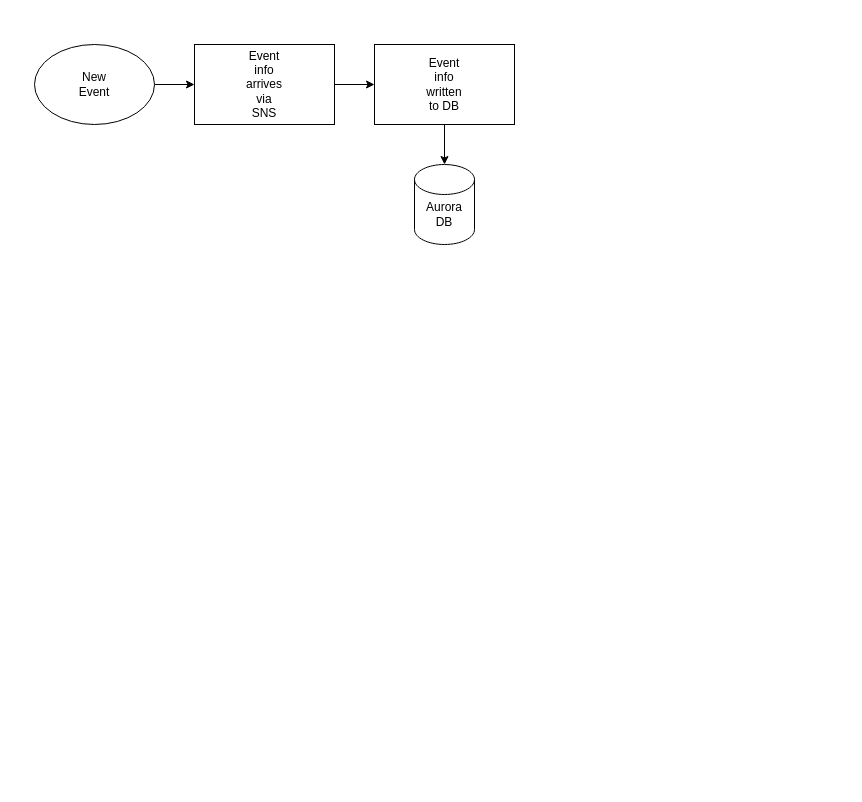
Above: Untitled Diagram.drawio in mhearne-usgs/shakemap_aws_queue (draw.io), before the change. Source tidied: cells renumbered, new cells numbered last; positions are measured from the earlier drawing's top-left corner, leaving out a move shared by most shapes. Both pictures are drawn from the tidied source at 100%, with x=0, y=0 at pixel (34, 44).
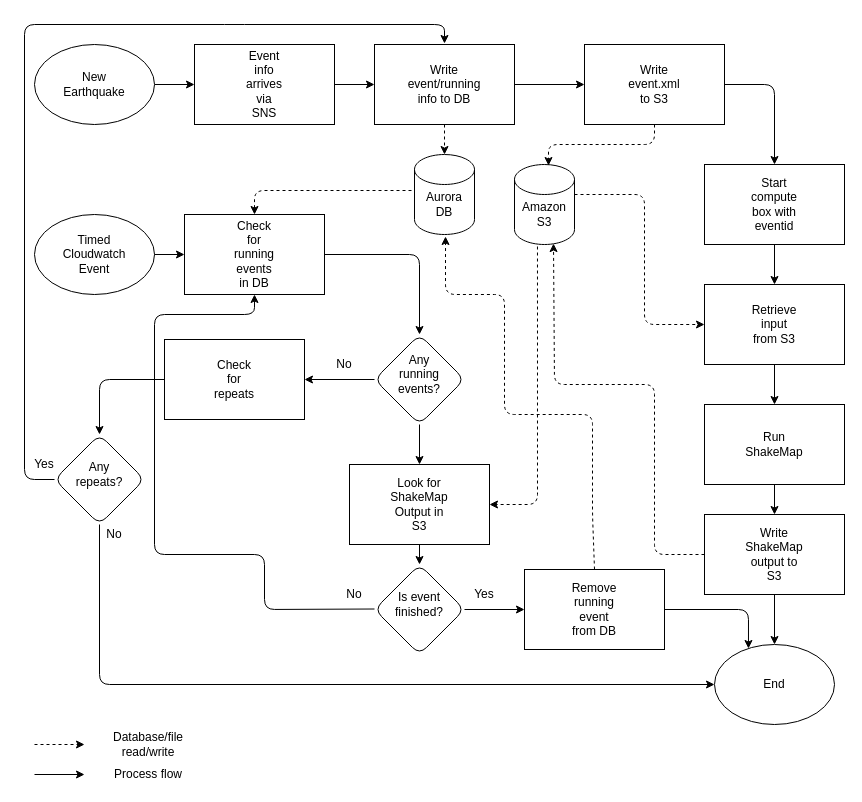
After the change.

Unchanged cells that the change refers to:
```xml
<mxCell id="7" style="rounded=0;whiteSpace=wrap;html=1;" parent="6" vertex="1">
  <mxGeometry width="140" height="80" as="geometry" />
</mxCell>
<mxCell id="9" style="group;" parent="1" vertex="1">
  <mxGeometry x="340" width="140" height="80" as="geometry" />
</mxCell>
<mxCell id="10" style="rounded=0;whiteSpace=wrap;html=1;" parent="9" vertex="1">
  <mxGeometry width="140" height="80" as="geometry" />
</mxCell>
<mxCell id="15" style="shape=cylinder2;whiteSpace=wrap;html=1;boundedLbl=1;backgroundOutline=1;size=15;" parent="14" vertex="1">
  <mxGeometry width="60" height="80" as="geometry" />
</mxCell>
```

The edit, as a diff of the source:
```diff
@@
-    <mxCell id="2" style="group;" parent="1" vertex="1">
-      <mxGeometry width="120" height="80" as="geometry" />
-    </mxCell>
-    <mxCell id="3" style="ellipse;whiteSpace=wrap;html=1;" parent="2" vertex="1">
-      <mxGeometry width="120" height="80" as="geometry" />
-    </mxCell>
-    <mxCell id="4" value="New Event" style="text;html=1;strokeColor=none;fillColor=none;align=center;verticalAlign=middle;whiteSpace=wrap;rounded=0;" parent="2" vertex="1">
-      <mxGeometry x="40" y="30" width="40" height="20" as="geometry" />
-    </mxCell>
-    <mxCell id="5" style="endArrow=classic;html=1;exitX=1;exitY=0.5;exitDx=0;exitDy=0;entryX=0;entryY=0.5;entryDx=0;entryDy=0;" parent="1" edge="1" source="3" target="7">
-      <mxGeometry relative="1" as="geometry" />
+    <mxCell id="5" style="endArrow=classic;html=1;exitX=1;exitY=0.5;exitDx=0;exitDy=0;entryX=0;entryY=0.5;entryDx=0;entryDy=0;" parent="1" edge="1" target="7">
+      <mxGeometry relative="1" as="geometry">
+        <mxPoint x="120" y="40" as="sourcePoint" />
+      </mxGeometry>
     </mxCell>
@@
-    <mxCell id="11" value="Event info written to DB" style="text;html=1;strokeColor=none;fillColor=none;align=center;verticalAlign=middle;whiteSpace=wrap;rounded=0;" parent="9" vertex="1">
+    <mxCell id="11" value="Write event/running info to DB" style="text;html=1;strokeColor=none;fillColor=none;align=center;verticalAlign=middle;whiteSpace=wrap;rounded=0;" parent="9" vertex="1">
       <mxGeometry x="50" y="30" width="40" height="20" as="geometry" />
     </mxCell>
@@
-    <mxCell id="13" style="endArrow=classic;html=1;exitX=0.5;exitY=1;exitDx=0;exitDy=0;" parent="1" edge="1" source="10" target="15">
+    <mxCell id="13" style="endArrow=classic;html=1;exitX=0.5;exitY=1;exitDx=0;exitDy=0;dashed=1;" parent="1" edge="1" source="10" target="15">
       <mxGeometry relative="1" as="geometry" />
     </mxCell>
     <mxCell id="14" style="group;" parent="1" vertex="1">
-      <mxGeometry x="380" y="120" width="60" height="80" as="geometry" />
+      <mxGeometry x="380" y="110" width="60" height="80" as="geometry" />
     </mxCell>
@@
+    <mxCell id="17" style="endArrow=classic;html=1;exitX=1;exitY=0.5;exitDx=0;exitDy=0;entryX=0;entryY=0.5;entryDx=0;entryDy=0;" parent="1" edge="1" source="10" target="19">
+      <mxGeometry relative="1" as="geometry" />
+    </mxCell>
+    <mxCell id="18" style="group;" parent="1" vertex="1">
+      <mxGeometry x="550" width="140" height="80" as="geometry" />
+    </mxCell>
+    <mxCell id="19" style="rounded=0;whiteSpace=wrap;html=1;" parent="18" vertex="1">
+      <mxGeometry width="140" height="80" as="geometry" />
+    </mxCell>
+    <mxCell id="20" value="Write event.xml to S3" style="text;html=1;strokeColor=none;fillColor=none;align=center;verticalAlign=middle;whiteSpace=wrap;rounded=0;" parent="18" vertex="1">
+      <mxGeometry x="50" y="30" width="40" height="20" as="geometry" />
+    </mxCell>
+    <mxCell id="21" style="group;" parent="1" vertex="1">
+      <mxGeometry x="480" y="120" width="60" height="80" as="geometry" />
+    </mxCell>
+    <mxCell id="22" style="shape=cylinder2;whiteSpace=wrap;html=1;boundedLbl=1;backgroundOutline=1;size=15;" parent="21" vertex="1">
+      <mxGeometry width="60" height="80" as="geometry" />
+    </mxCell>
+    <mxCell id="23" value="Amazon S3" style="text;html=1;strokeColor=none;fillColor=none;align=center;verticalAlign=middle;whiteSpace=wrap;rounded=0;" parent="21" vertex="1">
+      <mxGeometry x="10" y="40" width="40" height="20" as="geometry" />
+    </mxCell>
+    <mxCell id="24" style="endArrow=classic;html=1;exitX=0.5;exitY=1;exitDx=0;exitDy=0;entryX=0.567;entryY=0.013;entryDx=0;entryDy=0;entryPerimeter=0;dashed=1;" parent="1" edge="1" source="19" target="22">
+      <mxGeometry relative="1" as="geometry">
+        <Array as="points">
+          <mxPoint x="620" y="100" />
+          <mxPoint x="514" y="100" />
+        </Array>
+      </mxGeometry>
+    </mxCell>
+    <mxCell id="25" style="endArrow=classic;html=1;exitX=1;exitY=0.5;exitDx=0;exitDy=0;entryX=0.5;entryY=0;entryDx=0;entryDy=0;" parent="1" edge="1" source="19" target="27">
+      <mxGeometry relative="1" as="geometry">
+        <Array as="points">
+          <mxPoint x="740" y="40" />
+        </Array>
+      </mxGeometry>
+    </mxCell>
+    <mxCell id="26" style="group;" parent="1" vertex="1">
+      <mxGeometry x="670" y="120" width="140" height="80" as="geometry" />
+    </mxCell>
+    <mxCell id="27" style="rounded=0;whiteSpace=wrap;html=1;" parent="26" vertex="1">
+      <mxGeometry width="140" height="80" as="geometry" />
+    </mxCell>
+    <mxCell id="28" value="Start compute box with eventid&lt;br&gt;" style="text;html=1;strokeColor=none;fillColor=none;align=center;verticalAlign=middle;whiteSpace=wrap;rounded=0;" parent="26" vertex="1">
+      <mxGeometry x="50" y="30" width="40" height="20" as="geometry" />
+    </mxCell>
+    <mxCell id="29" style="group;rounded=1;glass=1;" parent="1" vertex="1">
+      <mxGeometry x="670" y="360" width="140" height="80" as="geometry" />
+    </mxCell>
+    <mxCell id="30" style="rounded=0;whiteSpace=wrap;html=1;" parent="29" vertex="1">
+      <mxGeometry width="140" height="80" as="geometry" />
+    </mxCell>
+    <mxCell id="31" value="Run ShakeMap" style="text;html=1;strokeColor=none;fillColor=none;align=center;verticalAlign=middle;whiteSpace=wrap;rounded=0;" parent="29" vertex="1">
+      <mxGeometry x="50" y="30" width="40" height="20" as="geometry" />
+    </mxCell>
+    <mxCell id="32" style="endArrow=classic;html=1;exitX=1;exitY=0.375;exitDx=0;exitDy=0;exitPerimeter=0;entryX=0;entryY=0.5;entryDx=0;entryDy=0;dashed=1;" parent="1" edge="1" source="22" target="35">
+      <mxGeometry relative="1" as="geometry">
+        <Array as="points">
+          <mxPoint x="610" y="150" />
+          <mxPoint x="610" y="280" />
+        </Array>
+      </mxGeometry>
+    </mxCell>
+    <mxCell id="33" style="endArrow=classic;html=1;entryX=0.5;entryY=0;entryDx=0;entryDy=0;exitX=0.5;exitY=1;exitDx=0;exitDy=0;" parent="1" edge="1" source="27" target="35">
+      <mxGeometry relative="1" as="geometry" />
+    </mxCell>
+    <mxCell id="34" style="group;rounded=1;glass=1;" parent="1" vertex="1">
+      <mxGeometry x="670" y="240" width="140" height="80" as="geometry" />
+    </mxCell>
+    <mxCell id="35" style="rounded=0;whiteSpace=wrap;html=1;" parent="34" vertex="1">
+      <mxGeometry width="140" height="80" as="geometry" />
+    </mxCell>
+    <mxCell id="36" value="Retrieve input from S3" style="text;html=1;strokeColor=none;fillColor=none;align=center;verticalAlign=middle;whiteSpace=wrap;rounded=0;" parent="34" vertex="1">
+      <mxGeometry x="50" y="30" width="40" height="20" as="geometry" />
+    </mxCell>
+    <mxCell id="37" style="endArrow=classic;html=1;entryX=0.5;entryY=0;entryDx=0;entryDy=0;exitX=0.5;exitY=1;exitDx=0;exitDy=0;" parent="1" edge="1" source="35" target="30">
+      <mxGeometry relative="1" as="geometry" />
+    </mxCell>
+    <mxCell id="38" style="group;rounded=1;glass=1;" parent="1" vertex="1">
+      <mxGeometry x="670" y="470" width="140" height="80" as="geometry" />
+    </mxCell>
+    <mxCell id="39" style="rounded=0;whiteSpace=wrap;html=1;" parent="38" vertex="1">
+      <mxGeometry width="140" height="80" as="geometry" />
+    </mxCell>
+    <mxCell id="40" value="Write ShakeMap output to S3" style="text;html=1;strokeColor=none;fillColor=none;align=center;verticalAlign=middle;whiteSpace=wrap;rounded=0;" parent="38" vertex="1">
+      <mxGeometry x="50" y="30" width="40" height="20" as="geometry" />
+    </mxCell>
+    <mxCell id="41" style="endArrow=classic;html=1;entryX=0.5;entryY=0;entryDx=0;entryDy=0;exitX=0.5;exitY=1;exitDx=0;exitDy=0;" parent="1" edge="1" source="30" target="39">
+      <mxGeometry relative="1" as="geometry" />
+    </mxCell>
+    <mxCell id="42" style="endArrow=classic;html=1;exitX=0;exitY=0.5;exitDx=0;exitDy=0;entryX=0.65;entryY=0.988;entryDx=0;entryDy=0;entryPerimeter=0;dashed=1;" parent="1" edge="1" source="39" target="22">
+      <mxGeometry relative="1" as="geometry">
+        <Array as="points">
+          <mxPoint x="620" y="510" />
+          <mxPoint x="620" y="340" />
+          <mxPoint x="520" y="340" />
+        </Array>
+      </mxGeometry>
+    </mxCell>
+    <mxCell id="43" style="endArrow=classic;html=1;exitX=0.5;exitY=1;exitDx=0;exitDy=0;entryX=0.5;entryY=0;entryDx=0;entryDy=0;" parent="1" edge="1" source="39" target="47">
+      <mxGeometry relative="1" as="geometry" />
+    </mxCell>
+    <mxCell id="2" style="group;" parent="1" vertex="1">
+      <mxGeometry width="120" height="80" as="geometry" />
+    </mxCell>
+    <mxCell id="44" style="ellipse;whiteSpace=wrap;html=1;rounded=1;glass=1;" parent="2" vertex="1">
+      <mxGeometry width="120" height="80" as="geometry" />
+    </mxCell>
+    <mxCell id="45" value="New Earthquake" style="text;html=1;strokeColor=none;fillColor=none;align=center;verticalAlign=middle;whiteSpace=wrap;rounded=0;glass=1;" parent="2" vertex="1">
+      <mxGeometry x="40" y="30" width="40" height="20" as="geometry" />
+    </mxCell>
+    <mxCell id="46" style="group;" parent="1" vertex="1">
+      <mxGeometry x="680" y="600" width="120" height="80" as="geometry" />
+    </mxCell>
+    <mxCell id="47" style="ellipse;whiteSpace=wrap;html=1;rounded=1;glass=1;" parent="46" vertex="1">
+      <mxGeometry width="120" height="80" as="geometry" />
+    </mxCell>
+    <mxCell id="48" value="End" style="text;html=1;strokeColor=none;fillColor=none;align=center;verticalAlign=middle;whiteSpace=wrap;rounded=0;glass=1;" parent="46" vertex="1">
+      <mxGeometry x="40" y="30" width="40" height="20" as="geometry" />
+    </mxCell>
+    <mxCell id="49" style="group;" parent="1" vertex="1">
+      <mxGeometry y="170" width="120" height="80" as="geometry" />
+    </mxCell>
+    <mxCell id="50" style="ellipse;whiteSpace=wrap;html=1;rounded=1;glass=1;" parent="49" vertex="1">
+      <mxGeometry width="120" height="80" as="geometry" />
+    </mxCell>
+    <mxCell id="51" value="Timed Cloudwatch Event" style="text;html=1;strokeColor=none;fillColor=none;align=center;verticalAlign=middle;whiteSpace=wrap;rounded=0;glass=1;" parent="49" vertex="1">
+      <mxGeometry x="40" y="30" width="40" height="20" as="geometry" />
+    </mxCell>
+    <mxCell id="52" style="group;" parent="1" vertex="1">
+      <mxGeometry x="150" y="170" width="140" height="80" as="geometry" />
+    </mxCell>
+    <mxCell id="53" style="rounded=0;whiteSpace=wrap;html=1;" parent="52" vertex="1">
+      <mxGeometry width="140" height="80" as="geometry" />
+    </mxCell>
+    <mxCell id="54" value="Check for running events in DB" style="text;html=1;strokeColor=none;fillColor=none;align=center;verticalAlign=middle;whiteSpace=wrap;rounded=0;" parent="52" vertex="1">
+      <mxGeometry x="50" y="30" width="40" height="20" as="geometry" />
+    </mxCell>
+    <mxCell id="55" style="endArrow=classic;html=1;exitX=1;exitY=0.5;exitDx=0;exitDy=0;entryX=0;entryY=0.5;entryDx=0;entryDy=0;" parent="1" edge="1" source="50" target="53">
+      <mxGeometry relative="1" as="geometry" />
+    </mxCell>
+    <mxCell id="56" style="endArrow=classic;html=1;exitX=-0.05;exitY=0.45;exitDx=0;exitDy=0;exitPerimeter=0;entryX=0.5;entryY=0;entryDx=0;entryDy=0;dashed=1;" parent="1" edge="1" source="15" target="53">
+      <mxGeometry relative="1" as="geometry">
+        <Array as="points">
+          <mxPoint x="220" y="146" />
+        </Array>
+      </mxGeometry>
+    </mxCell>
+    <mxCell id="57" style="group;" parent="1" vertex="1">
+      <mxGeometry x="340" y="290" width="90" height="90" as="geometry" />
+    </mxCell>
+    <mxCell id="58" style="rhombus;whiteSpace=wrap;html=1;rounded=1;glass=1;" parent="57" vertex="1">
+      <mxGeometry width="90" height="90" as="geometry" />
+    </mxCell>
+    <mxCell id="59" value="Any running events?" style="text;html=1;strokeColor=none;fillColor=none;align=center;verticalAlign=middle;whiteSpace=wrap;rounded=0;glass=1;" parent="57" vertex="1">
+      <mxGeometry x="25" y="30" width="40" height="20" as="geometry" />
+    </mxCell>
+    <mxCell id="60" style="endArrow=classic;html=1;exitX=1;exitY=0.5;exitDx=0;exitDy=0;entryX=0.5;entryY=0;entryDx=0;entryDy=0;" parent="1" edge="1" source="53" target="58">
+      <mxGeometry relative="1" as="geometry">
+        <Array as="points">
+          <mxPoint x="385" y="210" />
+        </Array>
+      </mxGeometry>
+    </mxCell>
+    <mxCell id="61" style="endArrow=classic;html=1;exitX=0;exitY=0.5;exitDx=0;exitDy=0;entryX=1;entryY=0.5;entryDx=0;entryDy=0;" parent="1" edge="1" source="58" target="64">
+      <mxGeometry relative="1" as="geometry" />
+    </mxCell>
+    <mxCell id="62" value="No" style="text;html=1;strokeColor=none;fillColor=none;align=center;verticalAlign=middle;whiteSpace=wrap;rounded=0;glass=1;" parent="1" vertex="1">
+      <mxGeometry x="290" y="310" width="40" height="20" as="geometry" />
+    </mxCell>
+    <mxCell id="63" style="group;" parent="1" vertex="1">
+      <mxGeometry x="130" y="295" width="140" height="80" as="geometry" />
+    </mxCell>
+    <mxCell id="64" style="rounded=0;whiteSpace=wrap;html=1;" parent="63" vertex="1">
+      <mxGeometry width="140" height="80" as="geometry" />
+    </mxCell>
+    <mxCell id="65" value="Check for repeats" style="text;html=1;strokeColor=none;fillColor=none;align=center;verticalAlign=middle;whiteSpace=wrap;rounded=0;" parent="63" vertex="1">
+      <mxGeometry x="50" y="30" width="40" height="20" as="geometry" />
+    </mxCell>
+    <mxCell id="66" style="group;" parent="1" vertex="1">
+      <mxGeometry x="20" y="390" width="90" height="90" as="geometry" />
+    </mxCell>
+    <mxCell id="67" style="rhombus;whiteSpace=wrap;html=1;rounded=1;glass=1;" parent="66" vertex="1">
+      <mxGeometry width="90" height="90" as="geometry" />
+    </mxCell>
+    <mxCell id="68" value="Any repeats?" style="text;html=1;strokeColor=none;fillColor=none;align=center;verticalAlign=middle;whiteSpace=wrap;rounded=0;glass=1;" parent="66" vertex="1">
+      <mxGeometry x="25" y="30" width="40" height="20" as="geometry" />
+    </mxCell>
+    <mxCell id="69" style="endArrow=classic;html=1;exitX=0;exitY=0.5;exitDx=0;exitDy=0;entryX=0.5;entryY=0;entryDx=0;entryDy=0;" parent="1" edge="1" source="64" target="67">
+      <mxGeometry relative="1" as="geometry">
+        <Array as="points">
+          <mxPoint x="65" y="335" />
+        </Array>
+      </mxGeometry>
+    </mxCell>
+    <mxCell id="70" style="endArrow=classic;html=1;exitX=0;exitY=0.5;exitDx=0;exitDy=0;" parent="1" edge="1" source="67">
+      <mxGeometry relative="1" as="geometry">
+        <mxPoint x="410" y="-1" as="targetPoint" />
+        <Array as="points">
+          <mxPoint x="-10" y="435" />
+          <mxPoint x="-10" y="-20" />
+          <mxPoint x="200" y="-20" />
+          <mxPoint x="410" y="-20" />
+        </Array>
+      </mxGeometry>
+    </mxCell>
+    <mxCell id="71" value="Yes" style="text;html=1;strokeColor=none;fillColor=none;align=center;verticalAlign=middle;whiteSpace=wrap;rounded=0;glass=1;" parent="1" vertex="1">
+      <mxGeometry x="-10" y="410" width="40" height="20" as="geometry" />
+    </mxCell>
+    <mxCell id="72" style="endArrow=classic;html=1;exitX=0.5;exitY=1;exitDx=0;exitDy=0;entryX=0;entryY=0.5;entryDx=0;entryDy=0;" parent="1" edge="1" source="67" target="47">
+      <mxGeometry relative="1" as="geometry">
+        <Array as="points">
+          <mxPoint x="65" y="640" />
+        </Array>
+      </mxGeometry>
+    </mxCell>
+    <mxCell id="73" value="No" style="text;html=1;strokeColor=none;fillColor=none;align=center;verticalAlign=middle;whiteSpace=wrap;rounded=0;glass=1;" parent="1" vertex="1">
+      <mxGeometry x="60" y="480" width="40" height="20" as="geometry" />
+    </mxCell>
+    <mxCell id="74" style="group;" parent="1" vertex="1">
+      <mxGeometry x="315" y="420" width="140" height="80" as="geometry" />
+    </mxCell>
+    <mxCell id="75" style="rounded=0;whiteSpace=wrap;html=1;" parent="74" vertex="1">
+      <mxGeometry width="140" height="80" as="geometry" />
+    </mxCell>
+    <mxCell id="76" value="Look for ShakeMap Output in S3" style="text;html=1;strokeColor=none;fillColor=none;align=center;verticalAlign=middle;whiteSpace=wrap;rounded=0;" parent="74" vertex="1">
+      <mxGeometry x="50" y="30" width="40" height="20" as="geometry" />
+    </mxCell>
+    <mxCell id="77" style="endArrow=classic;html=1;entryX=0.5;entryY=0;entryDx=0;entryDy=0;" parent="1" edge="1" source="58" target="75">
+      <mxGeometry relative="1" as="geometry" />
+    </mxCell>
+    <mxCell id="78" style="endArrow=classic;html=1;exitX=0.383;exitY=1.025;exitDx=0;exitDy=0;exitPerimeter=0;entryX=1;entryY=0.5;entryDx=0;entryDy=0;dashed=1;" parent="1" edge="1" source="22" target="75">
+      <mxGeometry relative="1" as="geometry">
+        <Array as="points">
+          <mxPoint x="503" y="460" />
+        </Array>
+      </mxGeometry>
+    </mxCell>
+    <mxCell id="79" style="group;" parent="1" vertex="1">
+      <mxGeometry x="340" y="520" width="90" height="90" as="geometry" />
+    </mxCell>
+    <mxCell id="80" style="rhombus;whiteSpace=wrap;html=1;rounded=1;glass=1;" parent="79" vertex="1">
+      <mxGeometry width="90" height="90" as="geometry" />
+    </mxCell>
+    <mxCell id="81" value="Is event finished?" style="text;html=1;strokeColor=none;fillColor=none;align=center;verticalAlign=middle;whiteSpace=wrap;rounded=0;glass=1;" parent="79" vertex="1">
+      <mxGeometry x="25" y="30" width="40" height="20" as="geometry" />
+    </mxCell>
+    <mxCell id="82" style="endArrow=classic;html=1;entryX=0.5;entryY=0;entryDx=0;entryDy=0;exitX=0.5;exitY=1;exitDx=0;exitDy=0;" parent="1" edge="1" source="75" target="80">
+      <mxGeometry relative="1" as="geometry" />
+    </mxCell>
+    <mxCell id="83" style="endArrow=classic;html=1;entryX=0.517;entryY=1.025;entryDx=0;entryDy=0;entryPerimeter=0;exitX=0.5;exitY=0;exitDx=0;exitDy=0;dashed=1;" parent="1" edge="1" source="85" target="15">
+      <mxGeometry relative="1" as="geometry">
+        <Array as="points">
+          <mxPoint x="558" y="470" />
+          <mxPoint x="558" y="370" />
+          <mxPoint x="470" y="370" />
+          <mxPoint x="470" y="250" />
+          <mxPoint x="411" y="250" />
+        </Array>
+      </mxGeometry>
+    </mxCell>
+    <mxCell id="84" style="group;" parent="1" vertex="1">
+      <mxGeometry x="490" y="525" width="140" height="80" as="geometry" />
+    </mxCell>
+    <mxCell id="85" style="rounded=0;whiteSpace=wrap;html=1;" parent="84" vertex="1">
+      <mxGeometry width="140" height="80" as="geometry" />
+    </mxCell>
+    <mxCell id="86" value="Remove running event from DB" style="text;html=1;strokeColor=none;fillColor=none;align=center;verticalAlign=middle;whiteSpace=wrap;rounded=0;" parent="84" vertex="1">
+      <mxGeometry x="50" y="30" width="40" height="20" as="geometry" />
+    </mxCell>
+    <mxCell id="87" style="endArrow=classic;html=1;exitX=1;exitY=0.5;exitDx=0;exitDy=0;entryX=0;entryY=0.5;entryDx=0;entryDy=0;" parent="1" edge="1" source="80" target="85">
+      <mxGeometry relative="1" as="geometry" />
+    </mxCell>
+    <mxCell id="88" value="Yes" style="text;html=1;strokeColor=none;fillColor=none;align=center;verticalAlign=middle;whiteSpace=wrap;rounded=0;glass=1;" parent="1" vertex="1">
+      <mxGeometry x="430" y="540" width="40" height="20" as="geometry" />
+    </mxCell>
+    <mxCell id="89" value="No" style="text;html=1;strokeColor=none;fillColor=none;align=center;verticalAlign=middle;whiteSpace=wrap;rounded=0;glass=1;" parent="1" vertex="1">
+      <mxGeometry x="300" y="540" width="40" height="20" as="geometry" />
+    </mxCell>
+    <mxCell id="90" style="endArrow=classic;html=1;exitX=0;exitY=0.5;exitDx=0;exitDy=0;entryX=0.5;entryY=1;entryDx=0;entryDy=0;" parent="1" edge="1" target="53">
+      <mxGeometry relative="1" as="geometry">
+        <mxPoint x="340" y="564.5" as="sourcePoint" />
+        <Array as="points">
+          <mxPoint x="230" y="565" />
+          <mxPoint x="230" y="510" />
+          <mxPoint x="120" y="510" />
+          <mxPoint x="120" y="270" />
+          <mxPoint x="220" y="270" />
+        </Array>
+      </mxGeometry>
+    </mxCell>
+    <mxCell id="91" style="endArrow=classic;html=1;exitX=1;exitY=0.5;exitDx=0;exitDy=0;entryX=0.283;entryY=0.05;entryDx=0;entryDy=0;entryPerimeter=0;" parent="1" edge="1" source="85" target="47">
+      <mxGeometry relative="1" as="geometry">
+        <Array as="points">
+          <mxPoint x="714" y="565" />
+        </Array>
+      </mxGeometry>
+    </mxCell>
+    <mxCell id="92" style="group;" parent="1" vertex="1">
+      <mxGeometry y="690" width="169" height="50" as="geometry" />
+    </mxCell>
+    <mxCell id="93" style="endArrow=classic;html=1;dashed=1;" parent="92" edge="1">
+      <mxGeometry relative="1" as="geometry">
+        <mxPoint y="10" as="sourcePoint" />
+        <mxPoint x="50" y="10" as="targetPoint" />
+      </mxGeometry>
+    </mxCell>
+    <mxCell id="94" value="Database/file read/write" style="text;html=1;strokeColor=none;fillColor=none;align=center;verticalAlign=middle;whiteSpace=wrap;rounded=0;" parent="92" vertex="1">
+      <mxGeometry x="59" width="110" height="20" as="geometry" />
+    </mxCell>
+    <mxCell id="95" style="endArrow=classic;html=1;" parent="92" edge="1">
+      <mxGeometry relative="1" as="geometry">
+        <mxPoint y="40" as="sourcePoint" />
+        <mxPoint x="50" y="40" as="targetPoint" />
+      </mxGeometry>
+    </mxCell>
+    <mxCell id="96" value="Process flow" style="text;html=1;strokeColor=none;fillColor=none;align=center;verticalAlign=middle;whiteSpace=wrap;rounded=0;" parent="92" vertex="1">
+      <mxGeometry x="59" y="30" width="110" height="20" as="geometry" />
+    </mxCell>
```
